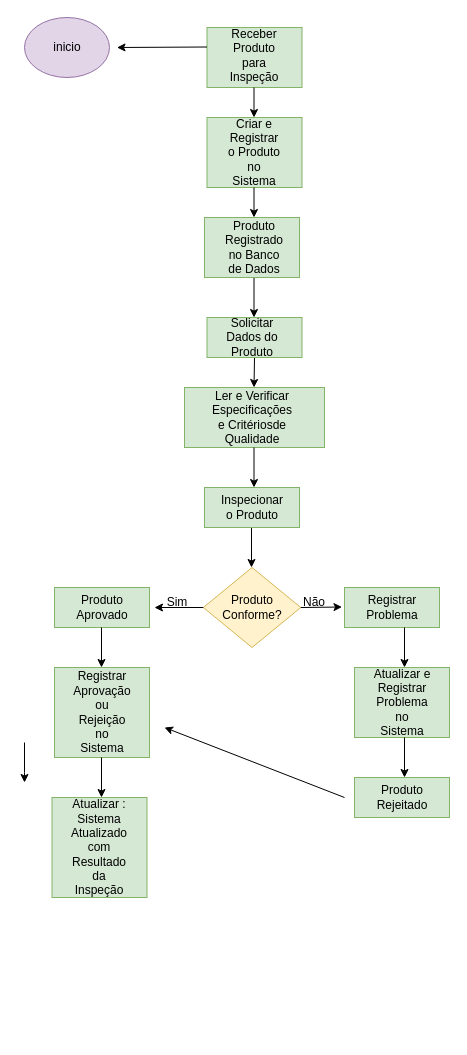
desenvolvimentdesistema/fluxogramas keeps this draw.io diagram as page "Controle de Qualidade" (4 of 4) of doc/controledequalidade.drawio. Above is the earlier version. Source tidied: cells renumbered, new cells numbered last; positions are measured from the earlier drawing's top-left corner, leaving out a move shared by most shapes. Both pictures are drawn from the tidied source at 100%, with x=0, y=0 at pixel (24, 17).
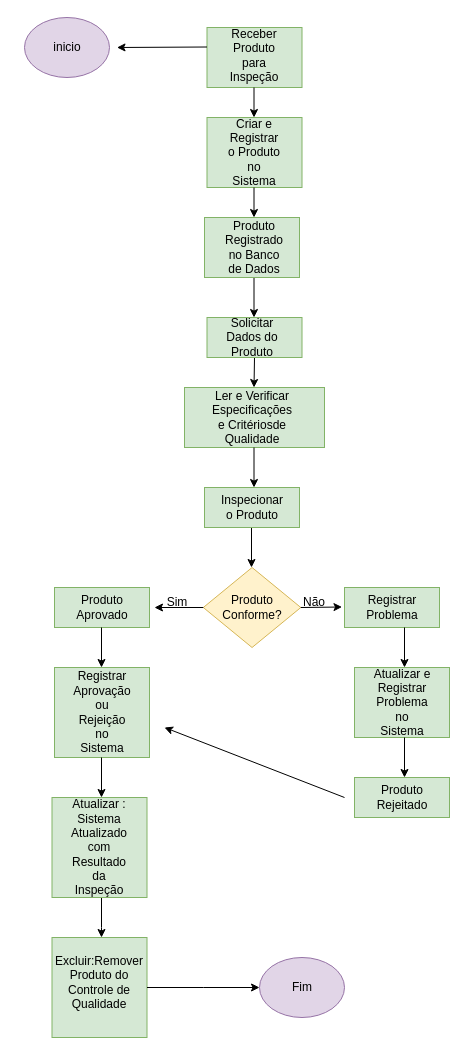
The same diagram, later.

Diff of the diagram source:
```diff
@@
     <mxCell id="45" style="endArrow=classic;html=1;rounded=0;" parent="1" edge="1">
       <mxGeometry relative="1" as="geometry">
-        <mxPoint y="725" as="sourcePoint" />
-        <mxPoint y="765" as="targetPoint" />
+        <mxPoint x="77" y="880" as="sourcePoint" />
+        <mxPoint x="77" y="920" as="targetPoint" />
         <Array as="points">
-          <mxPoint y="755" />
+          <mxPoint x="77" y="910" />
         </Array>
       </mxGeometry>
     </mxCell>
@@
+    <mxCell id="48" style="rounded=0;whiteSpace=wrap;html=1;fillColor=#d5e8d4;strokeColor=#82b366;" parent="1" vertex="1">
+      <mxGeometry x="27.5" y="920" width="95" height="100" as="geometry" />
+    </mxCell>
+    <mxCell id="49" style="ellipse;whiteSpace=wrap;html=1;fillColor=#e1d5e7;strokeColor=#9673a6;" parent="1" vertex="1">
+      <mxGeometry x="235" y="940" width="85" height="60" as="geometry" />
+    </mxCell>
+    <mxCell id="50" style="endArrow=classic;html=1;rounded=0;exitX=1;exitY=0.5;exitDx=0;exitDy=0;" parent="1" edge="1" source="48" target="49">
+      <mxGeometry relative="1" as="geometry">
+        <Array as="points">
+          <mxPoint x="178.8" y="970" />
+        </Array>
+      </mxGeometry>
+    </mxCell>
+    <mxCell id="51" value="Excluir:Remover Produto do Controle de Qualidade" style="text;html=1;align=center;verticalAlign=middle;whiteSpace=wrap;rounded=0;" parent="1" vertex="1">
+      <mxGeometry x="45" y="950" width="60" height="30" as="geometry" />
+    </mxCell>
+    <mxCell id="52" value="Fim" style="text;html=1;align=center;verticalAlign=middle;whiteSpace=wrap;rounded=0;" parent="1" vertex="1">
+      <mxGeometry x="247.5" y="955" width="60" height="30" as="geometry" />
+    </mxCell>
```
